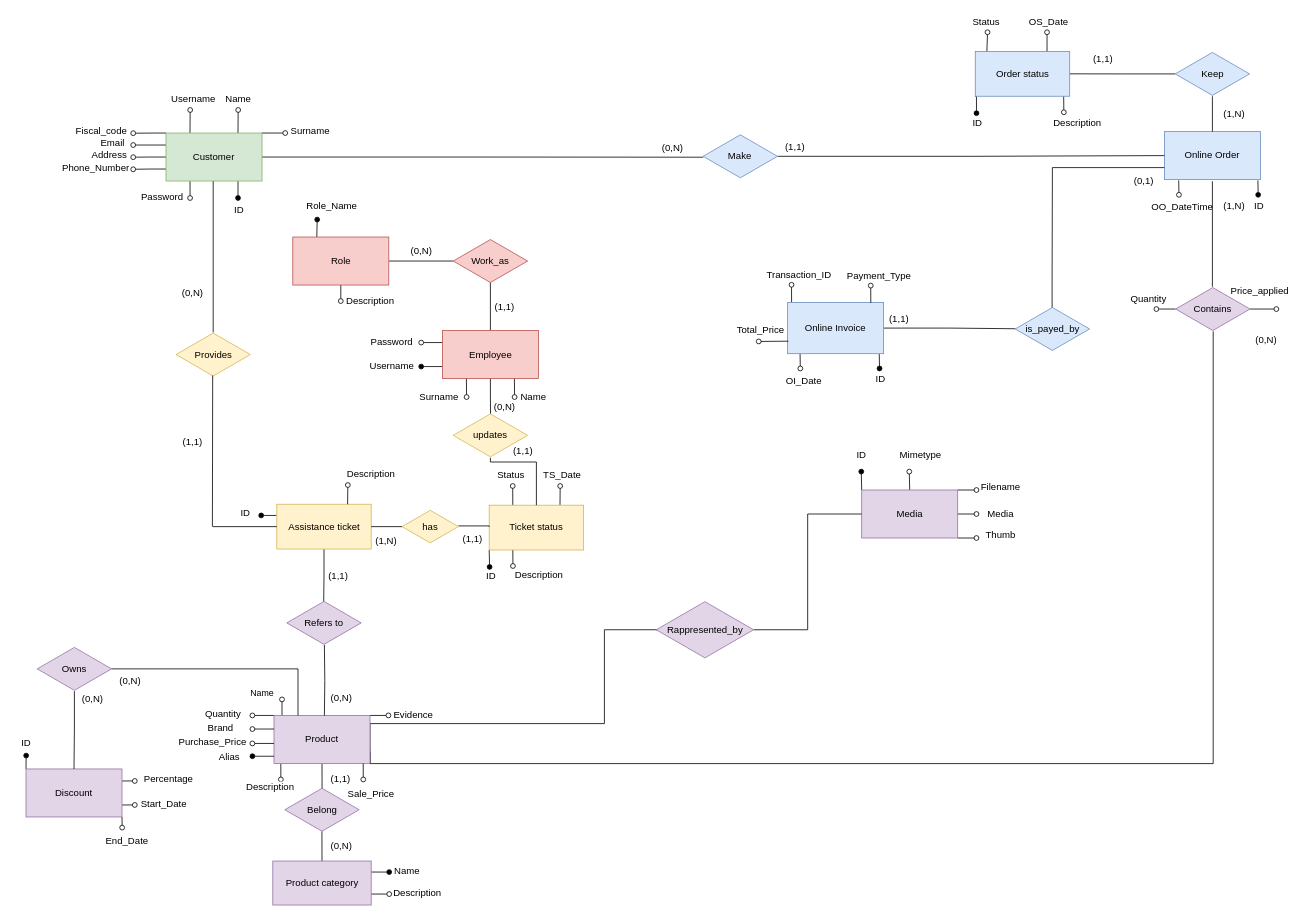
simonebastasin/Web-Applications-Project keeps this draw.io diagram as Homework1/Schemas/ER_modified.drawio. Above is the earlier version. Source tidied: cells renumbered, new cells numbered last; positions are measured from the earlier drawing's top-left corner, leaving out a move shared by most shapes. Both pictures are drawn from the tidied source at 80%, with x=0, y=0 at pixel (14, 14).
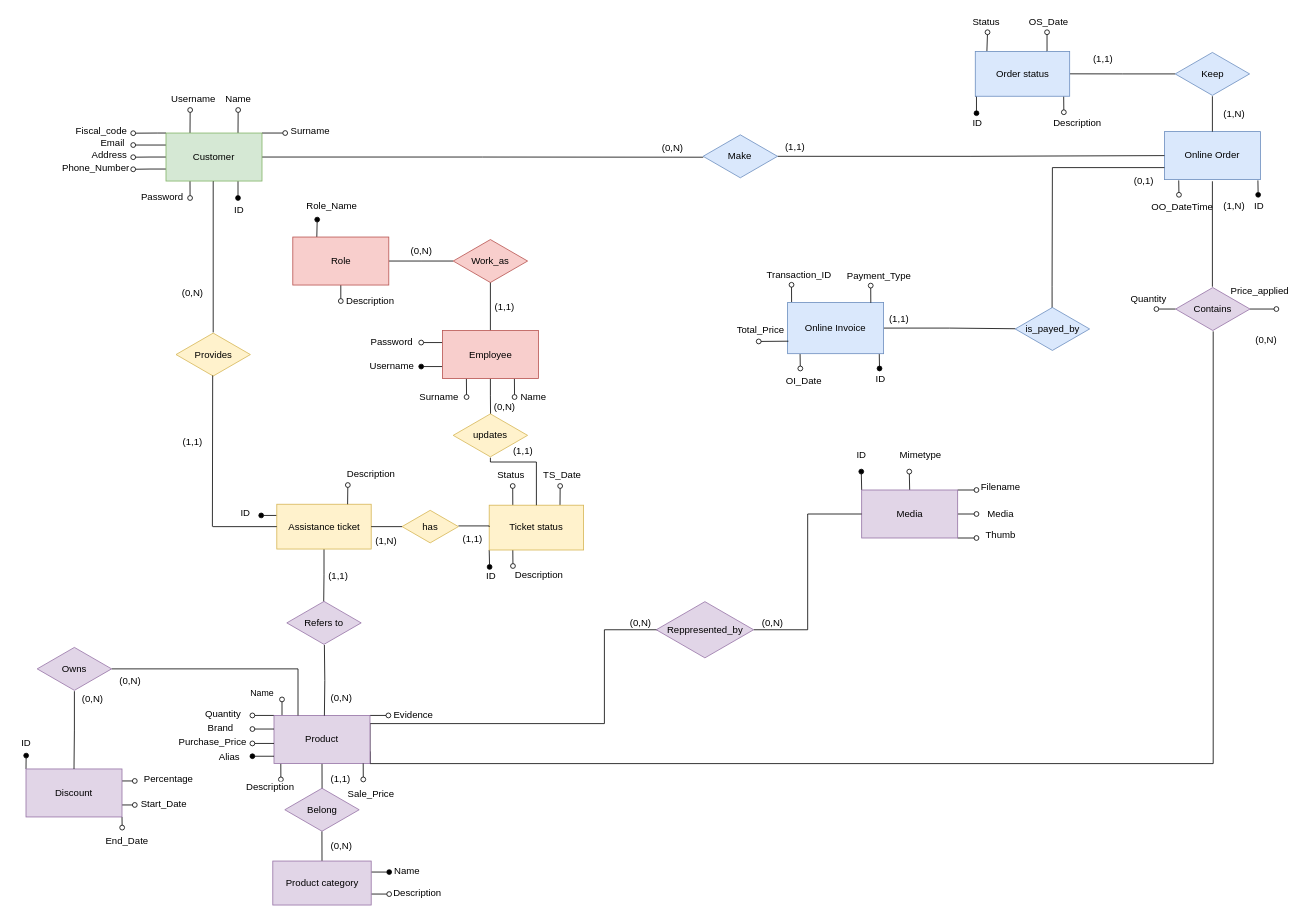
Above is the later version.

Diff of the diagram source:
```diff
@@
-    <mxCell id="172" value="Rappresented_by" style="html=1;whiteSpace=wrap;shape=isoRectangle;strokeColor=#9673a6;fillColor=#e1d5e7;labelBackgroundColor=none;" parent="1" vertex="1">
+    <mxCell id="172" value="Reppresented_by" style="html=1;whiteSpace=wrap;shape=isoRectangle;strokeColor=#9673a6;fillColor=#e1d5e7;labelBackgroundColor=none;" parent="1" vertex="1">
       <mxGeometry x="802.8" y="733.2" width="121.7" height="73" as="geometry" />
     </mxCell>
@@
+    <mxCell id="179" value="(0,N)" style="text;html=1;align=center;verticalAlign=middle;strokeColor=none;fillColor=none;" parent="1" vertex="1">
+      <mxGeometry x="762.8" y="751.1" width="40" height="20" as="geometry" />
+    </mxCell>
+    <mxCell id="180" value="(0,N)" style="text;html=1;align=center;verticalAlign=middle;strokeColor=none;fillColor=none;" parent="1" vertex="1">
+      <mxGeometry x="928" y="751.1" width="40" height="20" as="geometry" />
+    </mxCell>
```
